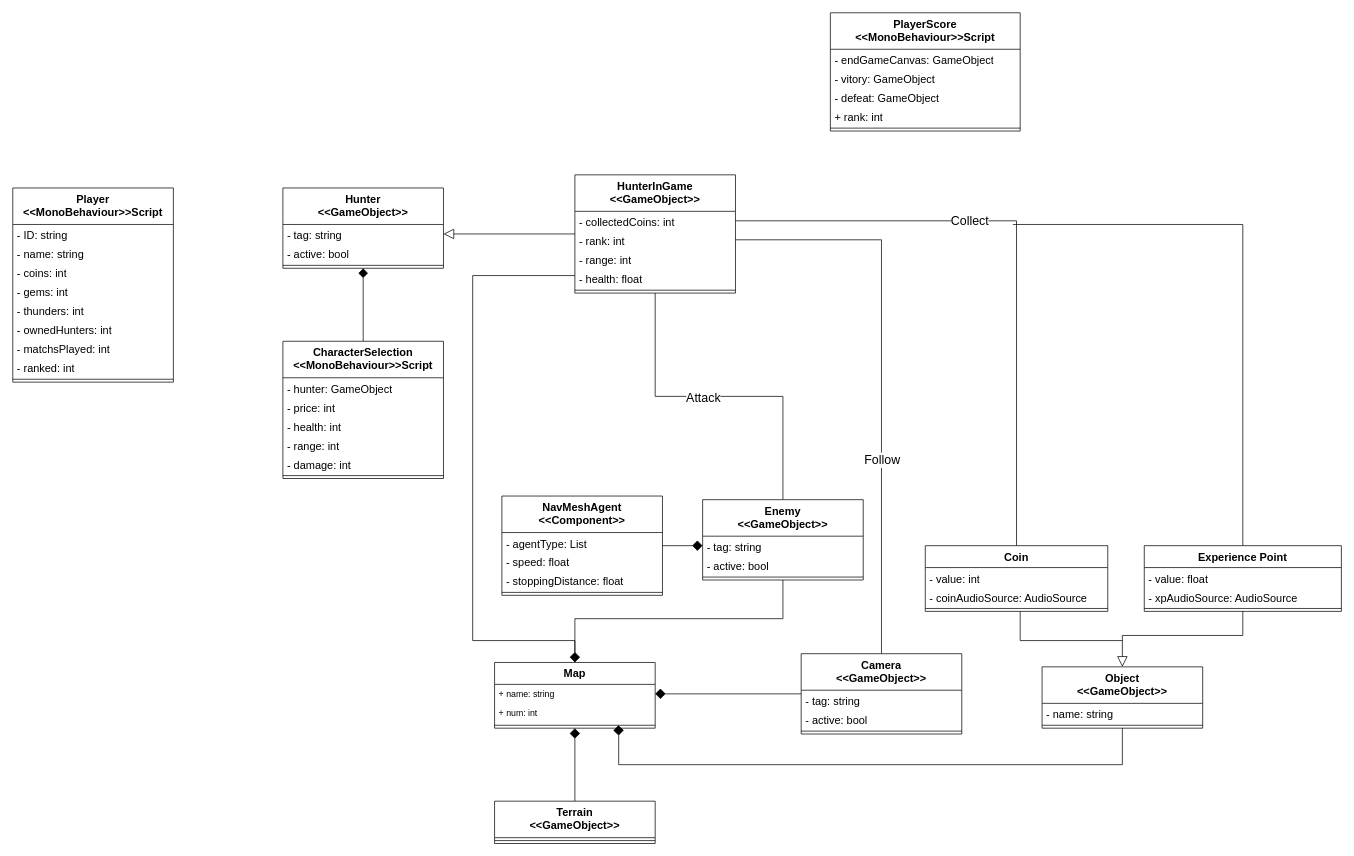
Above: classDiagramPFE.drawio in souhailmihoubi/Diagrams (draw.io), before the change. Source tidied: cells renumbered, new cells numbered last; positions are measured from the earlier drawing's top-left corner, leaving out a move shared by most shapes. Both pictures are drawn from the tidied source at 73%, with x=0, y=0 at pixel (12, 12).
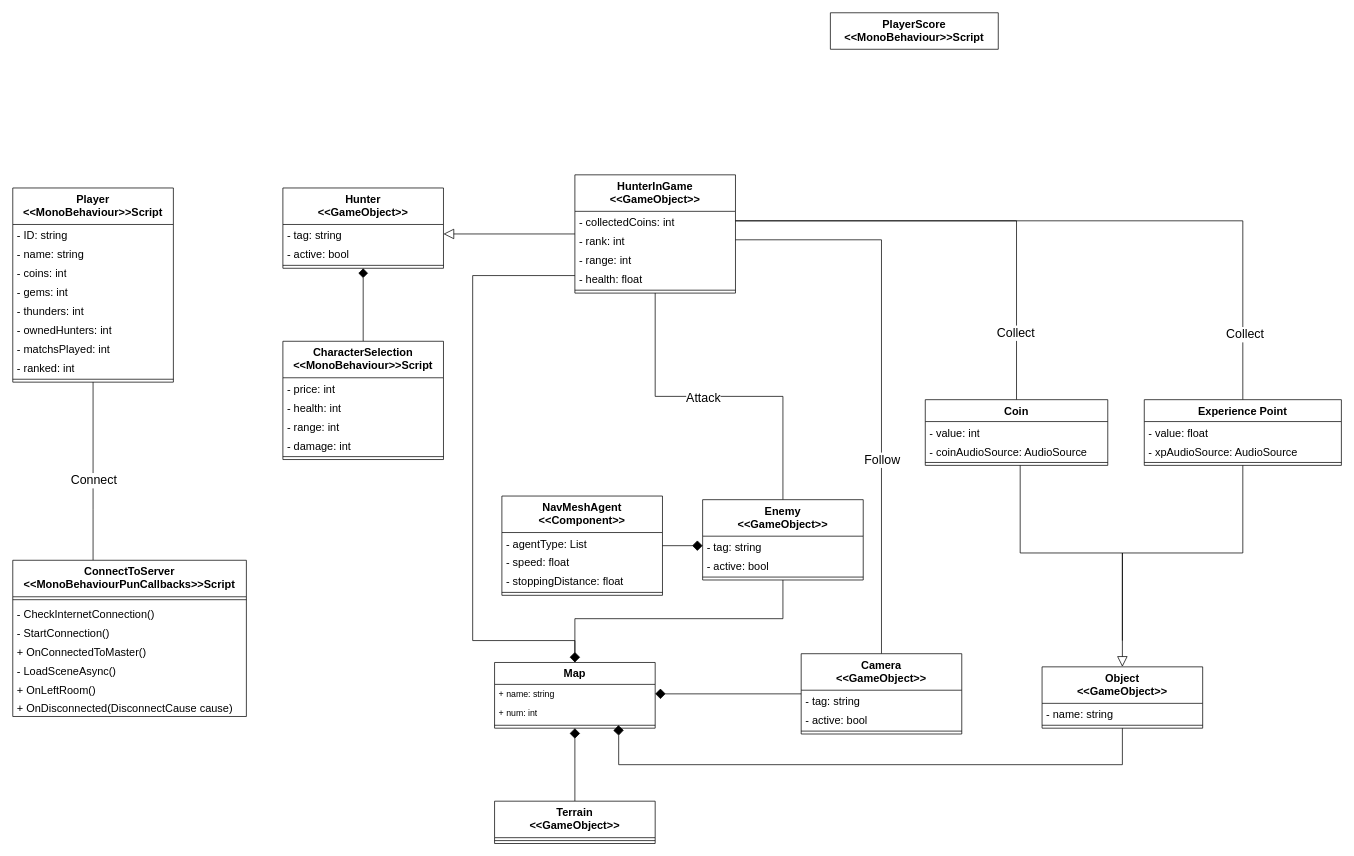
Above is the later version.

Unchanged cells that the change refers to:
```xml
<mxCell id="2" value="Player&lt;br style=&quot;font-size: 15px;&quot;&gt;&amp;lt;&amp;lt;MonoBehaviour&amp;gt;&amp;gt;Script" style="swimlane;fontStyle=1;align=center;verticalAlign=top;horizontal=1;startSize=50;whiteSpace=wrap;html=1;fontSize=15;" parent="1" vertex="1">
  <mxGeometry y="240" width="220" height="266" as="geometry" />
</mxCell>
<mxCell id="19" value="- collectedCoins: int" style="text;strokeColor=none;fillColor=none;align=left;verticalAlign=top;spacingLeft=4;spacingRight=4;overflow=hidden;points=[[0,0.5],[1,0.5]];portConstraint=eastwest;whiteSpace=wrap;html=1;fontSize=15;" parent="18" vertex="1">
  <mxGeometry y="50" width="220" height="26" as="geometry" />
</mxCell>
<mxCell id="53" value="Object&lt;br style=&quot;font-size: 15px;&quot;&gt;&amp;lt;&amp;lt;GameObject&amp;gt;&amp;gt;" style="swimlane;fontStyle=1;align=center;verticalAlign=top;horizontal=1;startSize=50;whiteSpace=wrap;html=1;fontSize=15;" parent="1" vertex="1">
  <mxGeometry x="1410" y="896" width="220" height="84" as="geometry" />
</mxCell>
<mxCell id="57" style="edgeStyle=orthogonalEdgeStyle;rounded=0;jettySize=auto;html=1;entryX=1;entryY=0.5;entryDx=0;entryDy=0;endArrow=none;endFill=0;strokeWidth=1;" parent="1" edge="1" source="59" target="19">
  <mxGeometry relative="1" as="geometry" />
</mxCell>
```

Diff of the diagram source:
```diff
@@
     <mxCell id="25" value="CharacterSelection&lt;br style=&quot;font-size: 15px;&quot;&gt;&amp;lt;&amp;lt;MonoBehaviour&amp;gt;&amp;gt;Script" style="swimlane;fontStyle=1;align=center;verticalAlign=top;horizontal=1;startSize=50;whiteSpace=wrap;html=1;fontSize=15;" parent="1" vertex="1">
-      <mxGeometry x="370" y="450" width="220" height="188" as="geometry" />
+      <mxGeometry x="370" y="450" width="220" height="162" as="geometry" />
     </mxCell>
-    <mxCell id="26" value="- hunter: GameObject" style="text;strokeColor=none;fillColor=none;align=left;verticalAlign=top;spacingLeft=4;spacingRight=4;overflow=hidden;whiteSpace=wrap;html=1;fontSize=15;" parent="25" vertex="1">
-      <mxGeometry y="50" width="220" height="26" as="geometry" />
-    </mxCell>
     <mxCell id="27" value="- price: int" style="text;strokeColor=none;fillColor=none;align=left;verticalAlign=top;spacingLeft=4;spacingRight=4;overflow=hidden;whiteSpace=wrap;html=1;fontSize=15;" parent="25" vertex="1">
-      <mxGeometry y="76" width="220" height="26" as="geometry" />
+      <mxGeometry y="50" width="220" height="26" as="geometry" />
     </mxCell>
     <mxCell id="28" value="- health: int" style="text;strokeColor=none;fillColor=none;align=left;verticalAlign=top;spacingLeft=4;spacingRight=4;overflow=hidden;whiteSpace=wrap;html=1;fontSize=15;" parent="25" vertex="1">
-      <mxGeometry y="102" width="220" height="26" as="geometry" />
+      <mxGeometry y="76" width="220" height="26" as="geometry" />
     </mxCell>
     <mxCell id="29" value="- range: int" style="text;strokeColor=none;fillColor=none;align=left;verticalAlign=top;spacingLeft=4;spacingRight=4;overflow=hidden;whiteSpace=wrap;html=1;fontSize=15;" parent="25" vertex="1">
-      <mxGeometry y="128" width="220" height="26" as="geometry" />
+      <mxGeometry y="102" width="220" height="26" as="geometry" />
     </mxCell>
     <mxCell id="30" value="- damage: int" style="text;strokeColor=none;fillColor=none;align=left;verticalAlign=top;spacingLeft=4;spacingRight=4;overflow=hidden;whiteSpace=wrap;html=1;fontSize=15;" parent="25" vertex="1">
-      <mxGeometry y="154" width="220" height="26" as="geometry" />
+      <mxGeometry y="128" width="220" height="26" as="geometry" />
     </mxCell>
     <mxCell id="31" style="line;strokeWidth=1;fillColor=none;align=left;verticalAlign=middle;spacingTop=-1;spacingLeft=3;spacingRight=3;labelPosition=right;strokeColor=inherit;" parent="25" vertex="1">
-      <mxGeometry y="180" width="220" height="8" as="geometry" />
+      <mxGeometry y="154" width="220" height="8" as="geometry" />
     </mxCell>
-    <mxCell id="32" value="PlayerScore&lt;br style=&quot;font-size: 15px;&quot;&gt;&amp;lt;&amp;lt;MonoBehaviour&amp;gt;&amp;gt;Script" style="swimlane;fontStyle=1;align=center;verticalAlign=top;horizontal=1;startSize=50;whiteSpace=wrap;html=1;fontSize=15;" parent="1" vertex="1">
-      <mxGeometry x="1120" width="260" height="162" as="geometry" />
+    <mxCell id="32" value="PlayerScore&lt;br style=&quot;font-size: 15px;&quot;&gt;&amp;lt;&amp;lt;MonoBehaviour&amp;gt;&amp;gt;Script" style="swimlane;fontStyle=1;align=center;verticalAlign=top;horizontal=1;startSize=50;whiteSpace=wrap;html=1;fontSize=15;" parent="1" vertex="1" collapsed="1">
+      <mxGeometry x="1120" width="230" height="50" as="geometry" />
     </mxCell>
-    <mxCell id="33" value="- endGameCanvas: GameObject" style="text;strokeColor=none;fillColor=none;align=left;verticalAlign=top;spacingLeft=4;spacingRight=4;overflow=hidden;whiteSpace=wrap;html=1;fontSize=15;" parent="32" vertex="1">
-      <mxGeometry y="50" width="260" height="26" as="geometry" />
-    </mxCell>
-    <mxCell id="34" value="- vitory: GameObject" style="text;strokeColor=none;fillColor=none;align=left;verticalAlign=top;spacingLeft=4;spacingRight=4;overflow=hidden;whiteSpace=wrap;html=1;fontSize=15;" parent="32" vertex="1">
-      <mxGeometry y="76" width="260" height="26" as="geometry" />
-    </mxCell>
-    <mxCell id="35" value="- defeat: GameObject" style="text;strokeColor=none;fillColor=none;align=left;verticalAlign=top;spacingLeft=4;spacingRight=4;overflow=hidden;whiteSpace=wrap;html=1;fontSize=15;" parent="32" vertex="1">
-      <mxGeometry y="102" width="260" height="26" as="geometry" />
-    </mxCell>
-    <mxCell id="36" value="+ rank: int" style="text;strokeColor=none;fillColor=none;align=left;verticalAlign=top;spacingLeft=4;spacingRight=4;overflow=hidden;whiteSpace=wrap;html=1;fontSize=15;" parent="32" vertex="1">
-      <mxGeometry y="128" width="260" height="26" as="geometry" />
-    </mxCell>
-    <mxCell id="37" style="line;strokeWidth=1;fillColor=none;align=left;verticalAlign=middle;spacingTop=-1;spacingLeft=3;spacingRight=3;labelPosition=right;strokeColor=inherit;" parent="32" vertex="1">
-      <mxGeometry y="154" width="260" height="8" as="geometry" />
-    </mxCell>
@@
     <mxCell id="56" style="edgeStyle=orthogonalEdgeStyle;rounded=0;jettySize=auto;html=1;endArrow=none;endFill=0;" parent="1" edge="1" source="59">
       <mxGeometry relative="1" as="geometry">
         <mxPoint x="1520" y="860" as="targetPoint" />
         <Array as="points">
-          <mxPoint x="1380" y="860" />
+          <mxPoint x="1380" y="740" />
+          <mxPoint x="1520" y="740" />
         </Array>
       </mxGeometry>
     </mxCell>
@@
-    <mxCell id="58" value="&lt;font style=&quot;font-size: 17px;&quot;&gt;Collect&lt;/font&gt;" style="edgeLabel;html=1;align=center;verticalAlign=middle;fontSize=17;" parent="57" vertex="1">
-      <mxGeometry x="0.29" y="-1" relative="1" as="geometry">
-        <mxPoint x="25" y="1" as="offset" />
-      </mxGeometry>
-    </mxCell>
+    <mxCell id="82" value="&lt;font style=&quot;font-size: 17px;&quot;&gt;Collect&lt;/font&gt;" style="edgeLabel;html=1;align=center;verticalAlign=middle;" parent="57" vertex="1">
+      <mxGeometry x="-0.71" y="2" relative="1" as="geometry">
+        <mxPoint y="-1" as="offset" />
+      </mxGeometry>
+    </mxCell>
     <mxCell id="59" value="Coin&lt;br style=&quot;font-size: 15px;&quot;&gt;" style="swimlane;fontStyle=1;align=center;verticalAlign=top;horizontal=1;startSize=30;whiteSpace=wrap;html=1;fontSize=15;" parent="1" vertex="1">
-      <mxGeometry x="1250" y="730" width="250" height="90" as="geometry" />
+      <mxGeometry x="1250" y="530" width="250" height="90" as="geometry" />
     </mxCell>
@@
     <mxCell id="63" style="edgeStyle=orthogonalEdgeStyle;rounded=0;jettySize=auto;html=1;endArrow=block;endFill=0;endSize=12;" parent="1" edge="1" source="65" target="53">
-      <mxGeometry relative="1" as="geometry" />
+      <mxGeometry relative="1" as="geometry">
+        <Array as="points">
+          <mxPoint x="1685" y="740" />
+          <mxPoint x="1520" y="740" />
+        </Array>
+      </mxGeometry>
     </mxCell>
-    <mxCell id="64" style="edgeStyle=orthogonalEdgeStyle;rounded=0;jettySize=auto;html=1;endArrow=none;endFill=0;" parent="1" edge="1" source="65">
-      <mxGeometry relative="1" as="geometry">
-        <mxPoint x="1370" y="290" as="targetPoint" />
-        <Array as="points">
-          <mxPoint x="1685" y="290" />
-        </Array>
-      </mxGeometry>
-    </mxCell>
+    <mxCell id="83" style="edgeStyle=orthogonalEdgeStyle;rounded=0;jettySize=auto;html=1;entryX=1;entryY=0.5;entryDx=0;entryDy=0;endArrow=none;endFill=0;" parent="1" edge="1" source="65" target="19">
+      <mxGeometry relative="1" as="geometry" />
+    </mxCell>
+    <mxCell id="84" value="&lt;font style=&quot;font-size: 17px;&quot;&gt;Collect&lt;/font&gt;" style="edgeLabel;html=1;align=center;verticalAlign=middle;" parent="83" vertex="1">
+      <mxGeometry x="-0.03" y="-1" relative="1" as="geometry">
+        <mxPoint x="213" y="156" as="offset" />
+      </mxGeometry>
+    </mxCell>
     <mxCell id="65" value="Experience Point&lt;br&gt;" style="swimlane;fontStyle=1;align=center;verticalAlign=top;horizontal=1;startSize=30;whiteSpace=wrap;html=1;fontSize=15;" parent="1" vertex="1">
-      <mxGeometry x="1550" y="730" width="270" height="90" as="geometry" />
+      <mxGeometry x="1550" y="530" width="270" height="90" as="geometry" />
     </mxCell>
@@
+    <mxCell id="85" style="edgeStyle=orthogonalEdgeStyle;rounded=0;jettySize=auto;html=1;entryX=0.5;entryY=1;entryDx=0;entryDy=0;endArrow=none;endFill=0;" parent="1" edge="1" source="87" target="2">
+      <mxGeometry relative="1" as="geometry">
+        <Array as="points">
+          <mxPoint x="110" y="680" />
+          <mxPoint x="110" y="680" />
+        </Array>
+      </mxGeometry>
+    </mxCell>
+    <mxCell id="86" value="&lt;font style=&quot;font-size: 17px;&quot;&gt;Connect&lt;/font&gt;" style="edgeLabel;html=1;align=center;verticalAlign=middle;" parent="85" vertex="1">
+      <mxGeometry x="-0.21" relative="1" as="geometry">
+        <mxPoint y="-14" as="offset" />
+      </mxGeometry>
+    </mxCell>
+    <mxCell id="87" value="ConnectToServer&lt;br style=&quot;font-size: 15px;&quot;&gt;&amp;lt;&amp;lt;MonoBehaviourPunCallbacks&amp;gt;&amp;gt;Script" style="swimlane;fontStyle=1;align=center;verticalAlign=top;horizontal=1;startSize=50;whiteSpace=wrap;html=1;fontSize=15;" parent="1" vertex="1">
+      <mxGeometry y="750" width="320" height="214" as="geometry" />
+    </mxCell>
+    <mxCell id="88" style="line;strokeWidth=1;fillColor=none;align=left;verticalAlign=middle;spacingTop=-1;spacingLeft=3;spacingRight=3;labelPosition=right;strokeColor=inherit;" parent="87" vertex="1">
+      <mxGeometry y="50" width="320" height="8" as="geometry" />
+    </mxCell>
+    <mxCell id="89" value="- CheckInternetConnection()" style="text;strokeColor=none;fillColor=none;align=left;verticalAlign=top;spacingLeft=4;spacingRight=4;overflow=hidden;whiteSpace=wrap;html=1;fontSize=15;" parent="87" vertex="1">
+      <mxGeometry y="58" width="320" height="26" as="geometry" />
+    </mxCell>
+    <mxCell id="90" value="-&amp;nbsp;StartConnection()" style="text;strokeColor=none;fillColor=none;align=left;verticalAlign=top;spacingLeft=4;spacingRight=4;overflow=hidden;whiteSpace=wrap;html=1;fontSize=15;" parent="87" vertex="1">
+      <mxGeometry y="84" width="320" height="26" as="geometry" />
+    </mxCell>
+    <mxCell id="91" value="+&amp;nbsp;OnConnectedToMaster()" style="text;strokeColor=none;fillColor=none;align=left;verticalAlign=top;spacingLeft=4;spacingRight=4;overflow=hidden;whiteSpace=wrap;html=1;fontSize=15;" parent="87" vertex="1">
+      <mxGeometry y="110" width="320" height="26" as="geometry" />
+    </mxCell>
+    <mxCell id="92" value="-&amp;nbsp;LoadSceneAsync()" style="text;strokeColor=none;fillColor=none;align=left;verticalAlign=top;spacingLeft=4;spacingRight=4;overflow=hidden;whiteSpace=wrap;html=1;fontSize=15;" parent="87" vertex="1">
+      <mxGeometry y="136" width="320" height="26" as="geometry" />
+    </mxCell>
+    <mxCell id="93" value="+&amp;nbsp;OnLeftRoom()" style="text;strokeColor=none;fillColor=none;align=left;verticalAlign=top;spacingLeft=4;spacingRight=4;overflow=hidden;whiteSpace=wrap;html=1;fontSize=15;" parent="87" vertex="1">
+      <mxGeometry y="162" width="320" height="26" as="geometry" />
+    </mxCell>
+    <mxCell id="94" value="+ OnDisconnected(DisconnectCause cause)" style="text;strokeColor=none;fillColor=none;align=left;verticalAlign=top;spacingLeft=4;spacingRight=4;overflow=hidden;whiteSpace=wrap;html=1;fontSize=15;" parent="87" vertex="1">
+      <mxGeometry y="188" width="320" height="26" as="geometry" />
+    </mxCell>
```
